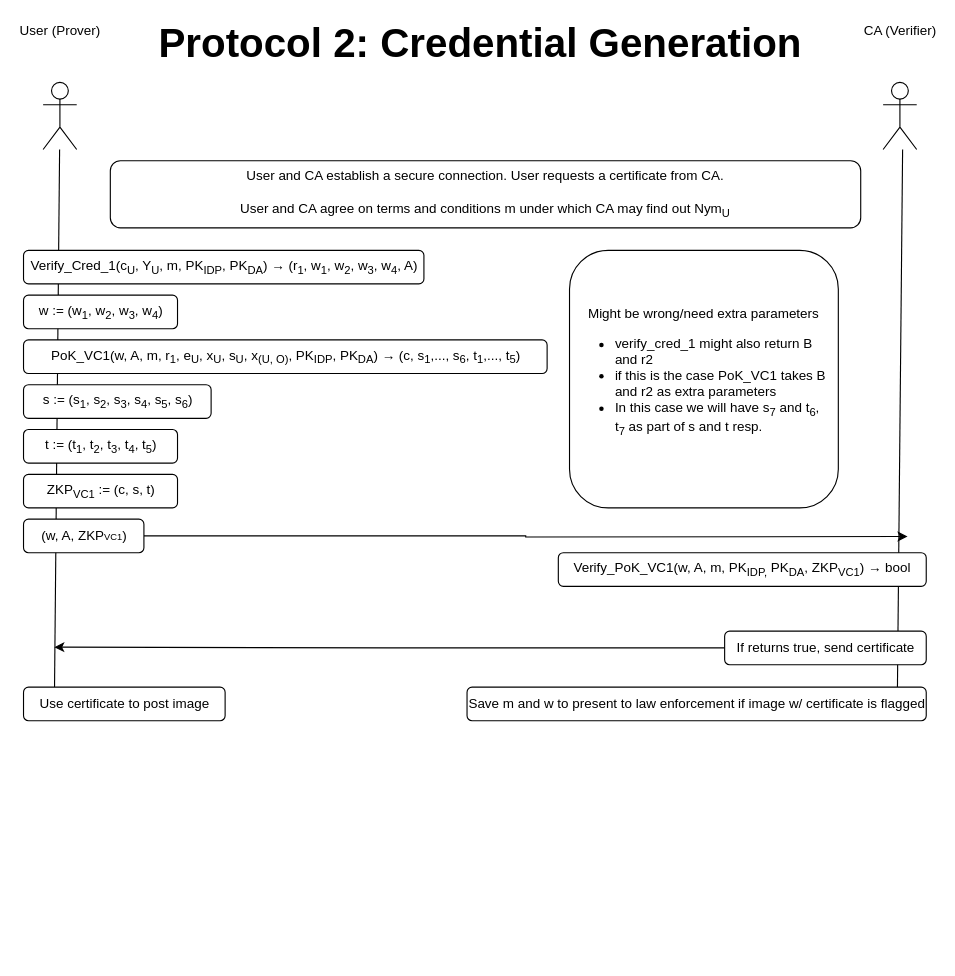
The draw.io diagram page "Cred Vf" (4 of 6) of doc/Updated Protocols.drawio in JacobGorman613/cl-api, before the edit. Source tidied: cells renumbered, new cells numbered last; positions are measured from the earlier drawing's top-left corner, leaving out a move shared by most shapes. Both pictures are drawn from the tidied source at 112%, with x=0, y=0 at pixel (22, 26).
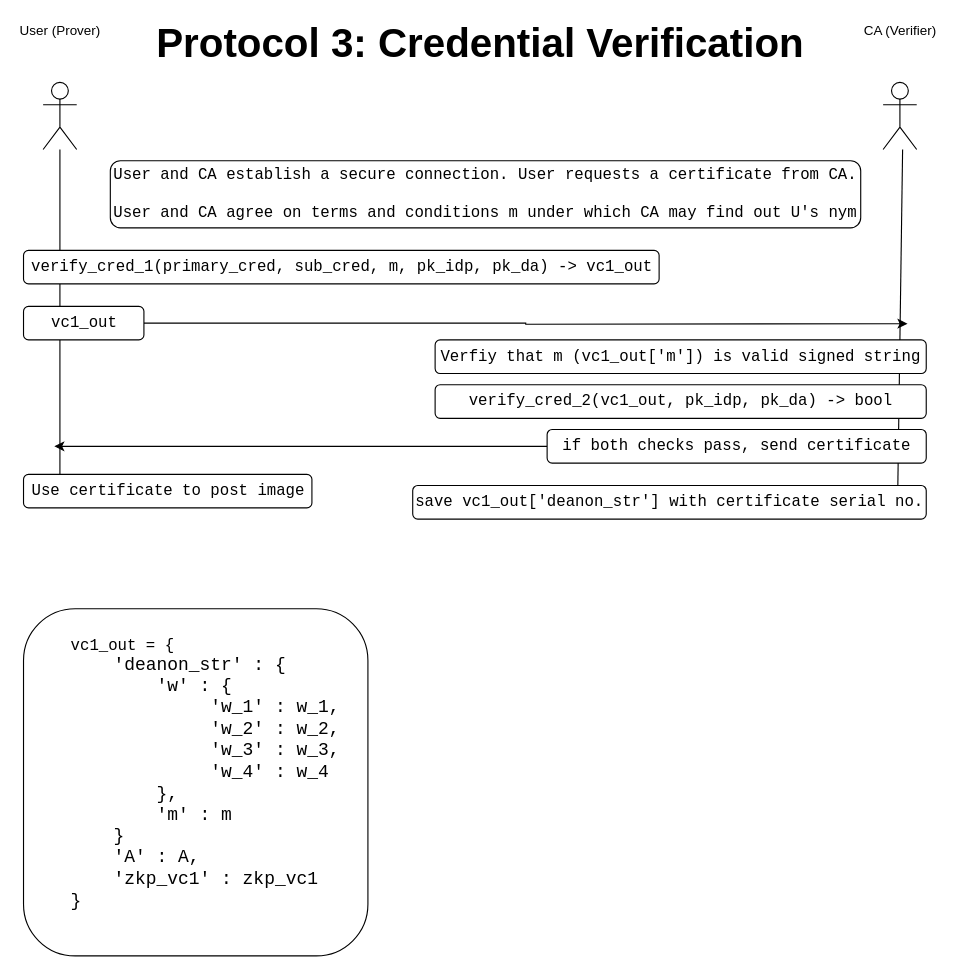
The same diagram, later.

The change refers to these unchanged cells:
```xml
<mxCell id="2" value="User (Prover)" style="shape=umlActor;verticalLabelPosition=top;verticalAlign=top;html=1;outlineConnect=0;" parent="1" vertex="1">
  <mxGeometry x="18" y="50" width="30" height="60" as="geometry" />
</mxCell>
```

Change to the diagram source:
```diff
@@
     <mxCell id="3" style="endArrow=none;html=1;rounded=0;" parent="1" edge="1" target="2">
       <mxGeometry relative="1" as="geometry">
-        <mxPoint x="28" y="610" as="sourcePoint" />
+        <mxPoint x="33" y="410" as="sourcePoint" />
       </mxGeometry>
     </mxCell>
@@
-    <mxCell id="5" value="&lt;b&gt;&lt;font style=&quot;font-size: 36px&quot;&gt;Protocol 2: Credential Generation&lt;/font&gt;&lt;/b&gt;" style="text;html=1;align=center;verticalAlign=middle;strokeColor=none;fillColor=none;" parent="1" vertex="1">
+    <mxCell id="5" value="&lt;b&gt;&lt;font style=&quot;font-size: 36px&quot;&gt;Protocol 3: Credential Verification&lt;/font&gt;&lt;/b&gt;" style="text;html=1;align=center;verticalAlign=middle;strokeColor=none;fillColor=none;" parent="1" vertex="1">
       <mxGeometry x="113" width="590" height="30" as="geometry" />
     </mxCell>
     <mxCell id="6" style="edgeStyle=orthogonalEdgeStyle;rounded=0;jettySize=auto;html=1;exitX=1;exitY=0.5;exitDx=0;exitDy=0;" parent="1" edge="1" source="7">
       <mxGeometry relative="1" as="geometry">
-        <mxPoint x="789.8" y="455.5" as="targetPoint" />
+        <mxPoint x="789.8" y="265.5" as="targetPoint" />
       </mxGeometry>
     </mxCell>
-    <mxCell id="7" value="(w, A, ZKP&lt;span style=&quot;font-size: 8.33333px;&quot;&gt;VC1&lt;/span&gt;)" style="rounded=1;whiteSpace=wrap;html=1;" parent="1" vertex="1">
-      <mxGeometry x="0.5" y="440" width="107.5" height="30" as="geometry" />
+    <mxCell id="7" value="&lt;font face=&quot;Courier New&quot; style=&quot;font-size: 14px;&quot;&gt;vc1_out&lt;/font&gt;" style="rounded=1;whiteSpace=wrap;html=1;" parent="1" vertex="1">
+      <mxGeometry x="0.5" y="250" width="107.5" height="30" as="geometry" />
     </mxCell>
-    <mxCell id="8" value="PoK_VC1(w, A, m, r&lt;sub&gt;1&lt;/sub&gt;, e&lt;sub&gt;U&lt;/sub&gt;, x&lt;sub&gt;U&lt;/sub&gt;, s&lt;sub&gt;U&lt;/sub&gt;, x&lt;sub&gt;(U, O)&lt;/sub&gt;,&amp;nbsp;PK&lt;sub&gt;IDP&lt;/sub&gt;, PK&lt;sub&gt;DA&lt;/sub&gt;)&amp;nbsp;→&amp;nbsp;(c, s&lt;sub&gt;1&lt;/sub&gt;,..., s&lt;sub&gt;6&lt;/sub&gt;, t&lt;sub&gt;1&lt;/sub&gt;,..., t&lt;sub&gt;5&lt;/sub&gt;)" style="rounded=1;whiteSpace=wrap;html=1;" parent="1" vertex="1">
-      <mxGeometry x="0.5" y="280" width="467.5" height="30" as="geometry" />
-    </mxCell>
-    <mxCell id="9" value="User and CA establish a secure connection. User requests a certificate from CA.&lt;br&gt;&lt;br&gt;User and CA agree on terms and conditions m&amp;nbsp;under which CA may find out Nym&lt;sub&gt;U&lt;/sub&gt;" style="rounded=1;whiteSpace=wrap;html=1;" parent="1" vertex="1">
+    <mxCell id="9" value="&lt;font style=&quot;font-size: 14px;&quot; face=&quot;Courier New&quot;&gt;User and CA establish a secure connection. User requests a certificate from CA.&lt;br&gt;&lt;br&gt;User and CA agree on terms and conditions m&amp;nbsp;under which CA may find out U's nym&lt;br&gt;&lt;/font&gt;" style="rounded=1;whiteSpace=wrap;html=1;" parent="1" vertex="1">
       <mxGeometry x="78" y="120" width="670" height="60" as="geometry" />
     </mxCell>
-    <mxCell id="10" value="Verify_Cred_1(c&lt;sub&gt;U&lt;/sub&gt;, Y&lt;sub&gt;U&lt;/sub&gt;, m, PK&lt;sub&gt;IDP&lt;/sub&gt;, PK&lt;sub&gt;DA&lt;/sub&gt;)&amp;nbsp;→ (r&lt;sub&gt;1&lt;/sub&gt;, w&lt;sub&gt;1&lt;/sub&gt;, w&lt;sub&gt;2&lt;/sub&gt;, w&lt;sub&gt;3&lt;/sub&gt;, w&lt;sub&gt;4&lt;/sub&gt;, A)" style="rounded=1;whiteSpace=wrap;html=1;" parent="1" vertex="1">
-      <mxGeometry x="0.5" y="200" width="357.5" height="30" as="geometry" />
+    <mxCell id="10" value="&lt;font face=&quot;Courier New&quot; style=&quot;font-size: 14px;&quot;&gt;verify_cred_1(primary_cred, sub_cred, m, pk_idp, pk_da) -&amp;gt; vc1_out&lt;/font&gt;" style="rounded=1;whiteSpace=wrap;html=1;" parent="1" vertex="1">
+      <mxGeometry x="0.5" y="200" width="567.5" height="30" as="geometry" />
     </mxCell>
-    <mxCell id="11" value="ZKP&lt;sub&gt;VC1&lt;/sub&gt;&amp;nbsp;:= (c, s, t)" style="rounded=1;whiteSpace=wrap;html=1;" parent="1" vertex="1">
-      <mxGeometry x="0.5" y="400" width="137.5" height="30" as="geometry" />
-    </mxCell>
-    <mxCell id="12" value="w := (w&lt;sub&gt;1&lt;/sub&gt;, w&lt;sub&gt;2&lt;/sub&gt;, w&lt;sub&gt;3&lt;/sub&gt;, w&lt;sub&gt;4&lt;/sub&gt;)" style="rounded=1;whiteSpace=wrap;html=1;" parent="1" vertex="1">
-      <mxGeometry x="0.5" y="240" width="137.5" height="30" as="geometry" />
-    </mxCell>
-    <mxCell id="13" value="s := (s&lt;sub&gt;1&lt;/sub&gt;, s&lt;sub&gt;2&lt;/sub&gt;, s&lt;sub&gt;3&lt;/sub&gt;, s&lt;sub&gt;4&lt;/sub&gt;, s&lt;sub&gt;5&lt;/sub&gt;, s&lt;sub&gt;6&lt;/sub&gt;)" style="rounded=1;whiteSpace=wrap;html=1;" parent="1" vertex="1">
-      <mxGeometry x="0.5" y="320" width="167.5" height="30" as="geometry" />
-    </mxCell>
-    <mxCell id="14" value="t := (t&lt;sub&gt;1&lt;/sub&gt;, t&lt;sub&gt;2&lt;/sub&gt;, t&lt;sub&gt;3&lt;/sub&gt;, t&lt;sub&gt;4&lt;/sub&gt;, t&lt;sub&gt;5&lt;/sub&gt;)" style="rounded=1;whiteSpace=wrap;html=1;" parent="1" vertex="1">
-      <mxGeometry x="0.5" y="360" width="137.5" height="30" as="geometry" />
-    </mxCell>
     <mxCell id="15" style="edgeStyle=orthogonalEdgeStyle;rounded=0;jettySize=auto;html=1;exitX=0;exitY=0.5;exitDx=0;exitDy=0;" parent="1" edge="1" source="18">
       <mxGeometry relative="1" as="geometry">
-        <mxPoint x="28" y="554.3" as="targetPoint" />
+        <mxPoint x="28" y="375" as="targetPoint" />
       </mxGeometry>
     </mxCell>
     <mxCell id="16" style="endArrow=none;html=1;rounded=0;" parent="1" edge="1">
       <mxGeometry relative="1" as="geometry">
-        <mxPoint x="780.6" y="610" as="sourcePoint" />
+        <mxPoint x="781" y="420" as="sourcePoint" />
         <mxPoint x="785.4" y="110" as="targetPoint" />
       </mxGeometry>
     </mxCell>
-    <mxCell id="17" value="Verify_PoK_VC1(w, A, m, PK&lt;sub&gt;IDP,&lt;/sub&gt;&amp;nbsp;PK&lt;sub&gt;DA&lt;/sub&gt;,&amp;nbsp;ZKP&lt;sub&gt;VC1&lt;/sub&gt;) → bool" style="rounded=1;whiteSpace=wrap;html=1;" parent="1" vertex="1">
-      <mxGeometry x="478" y="470" width="328.5" height="30" as="geometry" />
+    <mxCell id="17" value="&lt;font style=&quot;font-size: 14px;&quot; face=&quot;Courier New&quot;&gt;Verfiy that m (vc1_out['m']) is valid signed string&lt;/font&gt;" style="rounded=1;whiteSpace=wrap;html=1;" parent="1" vertex="1">
+      <mxGeometry x="368" y="280" width="438.5" height="30" as="geometry" />
     </mxCell>
-    <mxCell id="18" value="If returns true, send certificate" style="rounded=1;whiteSpace=wrap;html=1;" parent="1" vertex="1">
-      <mxGeometry x="626.5" y="540" width="180" height="30" as="geometry" />
+    <mxCell id="18" value="&lt;font style=&quot;font-size: 14px;&quot; face=&quot;Courier New&quot;&gt;if both checks pass, send certificate&lt;/font&gt;" style="rounded=1;whiteSpace=wrap;html=1;" parent="1" vertex="1">
+      <mxGeometry x="468" y="360" width="338.5" height="30" as="geometry" />
     </mxCell>
-    <mxCell id="19" value="Save m and w to present to law enforcement if image w/ certificate is flagged" style="rounded=1;whiteSpace=wrap;html=1;" parent="1" vertex="1">
-      <mxGeometry x="396.5" y="590" width="410" height="30" as="geometry" />
+    <mxCell id="19" value="&lt;font face=&quot;Courier New&quot; style=&quot;font-size: 14px;&quot;&gt;save vc1_out['deanon_str'] with certificate serial no.&lt;/font&gt;" style="rounded=1;whiteSpace=wrap;html=1;" parent="1" vertex="1">
+      <mxGeometry x="348" y="410" width="458.5" height="30" as="geometry" />
     </mxCell>
-    <mxCell id="20" value="Use certificate to post image" style="rounded=1;whiteSpace=wrap;html=1;" parent="1" vertex="1">
-      <mxGeometry x="0.5" y="590" width="180" height="30" as="geometry" />
+    <mxCell id="20" value="&lt;font face=&quot;Courier New&quot; style=&quot;font-size: 14px;&quot;&gt;Use certificate to post image&lt;/font&gt;" style="rounded=1;whiteSpace=wrap;html=1;" parent="1" vertex="1">
+      <mxGeometry x="0.5" y="400" width="257.5" height="30" as="geometry" />
     </mxCell>
-    <mxCell id="21" value="Might be wrong/need extra parameters&lt;br&gt;&lt;ul&gt;&lt;li style=&quot;text-align: left;&quot;&gt;verify_cred_1 might also return B and r2&lt;/li&gt;&lt;li style=&quot;text-align: left;&quot;&gt;if this is the case PoK_VC1 takes B and r2 as extra parameters&lt;/li&gt;&lt;li style=&quot;text-align: left;&quot;&gt;In this case we will have s&lt;sub&gt;7&lt;/sub&gt;&amp;nbsp;and t&lt;sub&gt;6&lt;/sub&gt;, t&lt;sub&gt;7&lt;/sub&gt;&amp;nbsp;as part of s and t resp.&lt;/li&gt;&lt;/ul&gt;" style="rounded=1;whiteSpace=wrap;html=1;" parent="1" vertex="1">
-      <mxGeometry x="488" y="200" width="240" height="230" as="geometry" />
-    </mxCell>
+    <mxCell id="22" value="&lt;font face=&quot;Courier New&quot;&gt;&lt;span style=&quot;font-size: 14px;&quot;&gt;verify_cred_2(vc1_out, pk_idp, pk_da) -&amp;gt; bool&lt;/span&gt;&lt;/font&gt;" style="rounded=1;whiteSpace=wrap;html=1;" parent="1" vertex="1">
+      <mxGeometry x="368" y="320" width="438.5" height="30" as="geometry" />
+    </mxCell>
+    <mxCell id="23" value="&lt;blockquote style=&quot;margin: 0 0 0 40px; border: none; padding: 0px;&quot;&gt;&lt;font style=&quot;&quot;&gt;&lt;font face=&quot;Courier New&quot; style=&quot;font-size: 14px;&quot;&gt;vc1_out = {&lt;/font&gt;&lt;/font&gt;&lt;/blockquote&gt;&lt;blockquote style=&quot;margin: 0 0 0 40px; border: none; padding: 0px;&quot;&gt;&lt;font size=&quot;3&quot; face=&quot;Courier New&quot;&gt;&amp;nbsp; &amp;nbsp; 'deanon_str' : {&lt;br&gt;&lt;/font&gt;&lt;div&gt;&lt;font size=&quot;3&quot; face=&quot;Courier New&quot;&gt;&amp;nbsp; &amp;nbsp; &amp;nbsp; &amp;nbsp; 'w' : {&lt;/font&gt;&lt;/div&gt;&lt;font face=&quot;Courier New&quot; size=&quot;3&quot;&gt;&amp;nbsp; &amp;nbsp; &amp;nbsp; &amp;nbsp; &amp;nbsp; &amp;nbsp; &amp;nbsp;'w_1' : w_1,&lt;br&gt;&amp;nbsp; &amp;nbsp; &amp;nbsp; &amp;nbsp; &amp;nbsp; &amp;nbsp; &amp;nbsp;'w_2' : w_2,&lt;br&gt;&amp;nbsp; &amp;nbsp; &amp;nbsp; &amp;nbsp; &amp;nbsp; &amp;nbsp; &amp;nbsp;'w_3' : w_3,&lt;br&gt;&amp;nbsp; &amp;nbsp; &amp;nbsp; &amp;nbsp; &amp;nbsp; &amp;nbsp; &amp;nbsp;'w_4' : w_4&lt;/font&gt;&lt;/blockquote&gt;&lt;blockquote style=&quot;margin: 0 0 0 40px; border: none; padding: 0px;&quot;&gt;&lt;font face=&quot;Courier New&quot; size=&quot;3&quot;&gt;&amp;nbsp; &amp;nbsp; &amp;nbsp; &amp;nbsp; },&lt;br&gt;&amp;nbsp; &amp;nbsp; &amp;nbsp; &amp;nbsp; 'm' : m&lt;/font&gt;&lt;/blockquote&gt;&lt;blockquote style=&quot;margin: 0 0 0 40px; border: none; padding: 0px;&quot;&gt;&lt;font size=&quot;3&quot; face=&quot;Courier New&quot;&gt;&amp;nbsp; &amp;nbsp; }&lt;br&gt;&lt;/font&gt;&lt;div&gt;&lt;font size=&quot;3&quot; face=&quot;Courier New&quot;&gt;&amp;nbsp; &amp;nbsp; 'A' : A,&lt;/font&gt;&lt;/div&gt;&lt;div&gt;&lt;font size=&quot;3&quot; face=&quot;Courier New&quot;&gt;&amp;nbsp; &amp;nbsp; 'zkp_vc1' : zkp_vc1&lt;/font&gt;&lt;/div&gt;&lt;div&gt;&lt;font size=&quot;3&quot; face=&quot;Courier New&quot;&gt;}&lt;/font&gt;&lt;/div&gt;&lt;/blockquote&gt;&lt;div&gt;&lt;br&gt;&lt;/div&gt;" style="rounded=1;whiteSpace=wrap;html=1;align=left;" parent="1" vertex="1">
+      <mxGeometry x="0.5" y="520" width="307.5" height="310" as="geometry" />
+    </mxCell>
```
